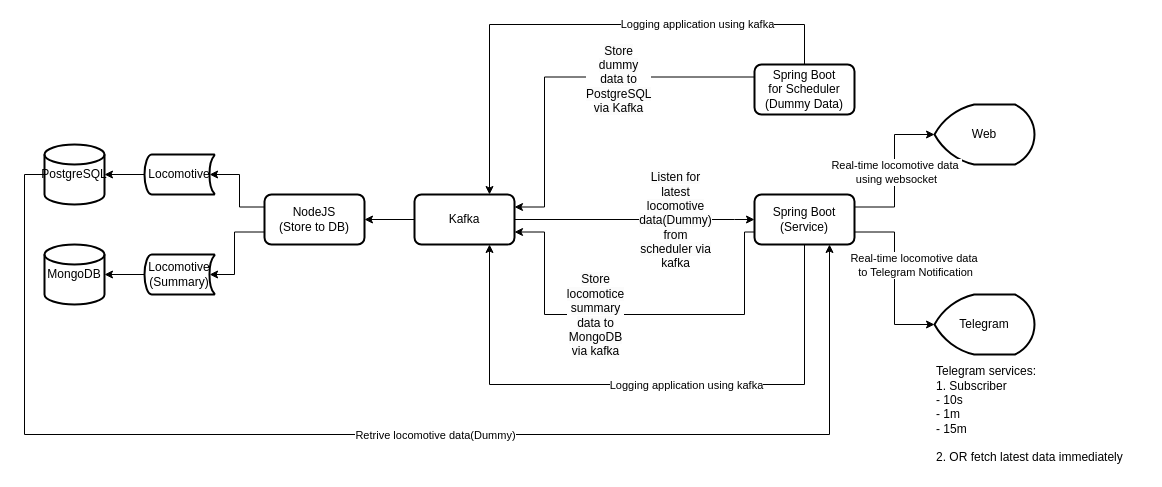
misterdevs/Simulation-IoT-of-Locomotive keeps this draw.io diagram as IoT Lokomotif.drawio. Above is the earlier version. Source tidied: cells renumbered, new cells numbered last; positions are measured from the earlier drawing's top-left corner, leaving out a move shared by most shapes. Both pictures are drawn from the tidied source at 100%, with x=0, y=0 at pixel (24, 24).
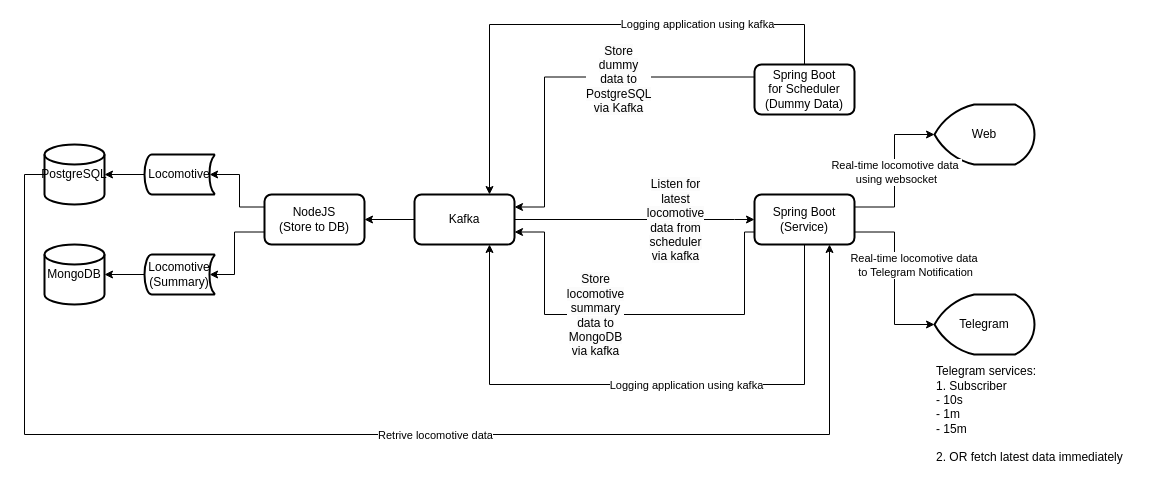
The same page after the edit.

Unchanged cells that the change refers to:
```xml
<mxCell id="3" style="edgeStyle=orthogonalEdgeStyle;rounded=0;jettySize=auto;html=1;exitX=0;exitY=0.5;exitDx=0;exitDy=0;exitPerimeter=0;entryX=0.75;entryY=1;entryDx=0;entryDy=0;" parent="1" edge="1" source="5" target="25">
  <mxGeometry relative="1" as="geometry">
    <Array as="points">
      <mxPoint y="150" />
      <mxPoint y="410" />
      <mxPoint x="805" y="410" />
    </Array>
  </mxGeometry>
</mxCell>
```

The edit, as a diff of the source:
```diff
@@
-    <mxCell id="4" value="Retrive locomotive data(Dummy)" style="edgeLabel;html=1;align=center;verticalAlign=middle;" parent="3" vertex="1">
+    <mxCell id="4" value="Retrive locomotive data" style="edgeLabel;html=1;align=center;verticalAlign=middle;" parent="3" vertex="1">
       <mxGeometry x="0.31" relative="1" as="geometry">
         <mxPoint x="-145" as="offset" />
       </mxGeometry>
     </mxCell>
@@
-    <mxCell id="26" value="&lt;span style=&quot;font-size: 12px; text-wrap: wrap; background-color: rgb(251, 251, 251);&quot;&gt;Listen for latest locomotive data(Dummy) from scheduler via kafka&lt;/span&gt;" style="edgeLabel;html=1;align=center;verticalAlign=middle;" parent="1" vertex="1">
+    <mxCell id="26" value="&lt;span style=&quot;font-size: 12px; text-wrap: wrap; background-color: rgb(251, 251, 251);&quot;&gt;Listen for latest locomotive data from scheduler via kafka&lt;/span&gt;" style="edgeLabel;html=1;align=center;verticalAlign=middle;" parent="1" vertex="1">
       <mxGeometry x="650" y="195" as="geometry" />
     </mxCell>
-    <mxCell id="27" value="&lt;span style=&quot;font-size: 12px; text-wrap: wrap; background-color: rgb(251, 251, 251);&quot;&gt;Store locomotice summary data to MongoDB via kafka&lt;/span&gt;" style="edgeLabel;html=1;align=center;verticalAlign=middle;" parent="1" vertex="1">
+    <mxCell id="27" value="&lt;span style=&quot;font-size: 12px; text-wrap: wrap; background-color: rgb(251, 251, 251);&quot;&gt;Store locomotiv&lt;/span&gt;&lt;span style=&quot;background-color: rgb(251, 251, 251); font-size: 12px; text-wrap: wrap;&quot;&gt;e summary data to MongoDB via kafka&lt;/span&gt;" style="edgeLabel;html=1;align=center;verticalAlign=middle;" parent="1" vertex="1">
       <mxGeometry x="570" y="290" as="geometry" />
     </mxCell>
```
